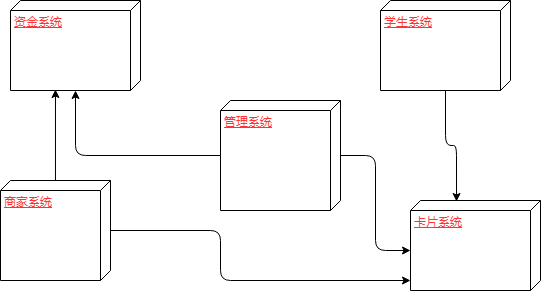
xiaozhubao/jg keeps this draw.io diagram as week01/组件图.png. Above is the earlier version. Source tidied: cells renumbered, new cells last; positions are measured from the earlier drawing's top-left corner, leaving out a move shared by most shapes.
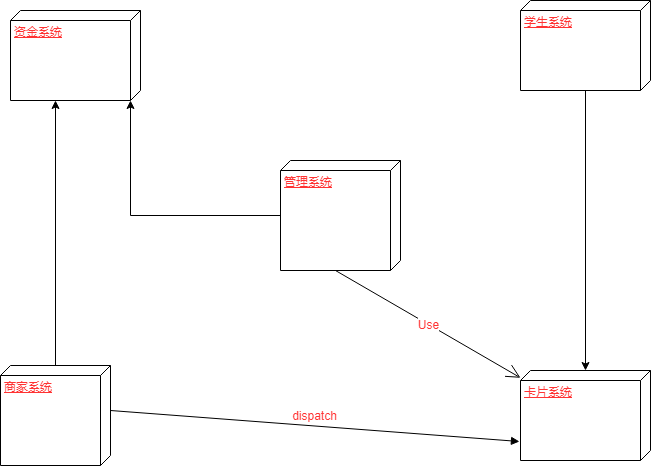
After the commit.

Commit message:
更新组件图.png

What changed in the source:
```diff
@@ -2,40 +2,37 @@
   <root>
     <mxCell id="0" />
     <mxCell id="1" parent="0" />
-    <mxCell id="2" style="edgeStyle=orthogonalEdgeStyle;rounded=1;jettySize=auto;html=1;entryX=0;entryY=0;entryDx=50;entryDy=130;entryPerimeter=0;fontColor=#FF3333;" parent="1" edge="1" source="4" target="11">
-      <mxGeometry relative="1" as="geometry" />
-    </mxCell>
-    <mxCell id="3" style="edgeStyle=orthogonalEdgeStyle;rounded=1;jettySize=auto;html=1;fontColor=#FF3333;" parent="1" edge="1" source="4" target="5">
+    <mxCell id="3" style="edgeStyle=orthogonalEdgeStyle;rounded=0;jettySize=auto;html=1;entryX=0;entryY=0;entryDx=90;entryDy=10;entryPerimeter=0;fontColor=#FF3333;" parent="1" edge="1" source="4" target="5">
       <mxGeometry relative="1" as="geometry" />
     </mxCell>
     <mxCell id="4" value="管理系统" style="verticalAlign=top;align=left;spacingTop=8;spacingLeft=2;spacingRight=12;shape=cube;size=10;direction=south;fontStyle=4;html=1;fontColor=#FF3333;" parent="1" vertex="1">
-      <mxGeometry x="220" y="100" width="120" height="110" as="geometry" />
+      <mxGeometry x="300" y="70" width="120" height="110" as="geometry" />
     </mxCell>
     <mxCell id="5" value="资金系统" style="verticalAlign=top;align=left;spacingTop=8;spacingLeft=2;spacingRight=12;shape=cube;size=10;direction=south;fontStyle=4;html=1;fontColor=#FF3333;" parent="1" vertex="1">
-      <mxGeometry x="10" width="130" height="90" as="geometry" />
+      <mxGeometry x="30" y="-80" width="130" height="90" as="geometry" />
     </mxCell>
-    <mxCell id="6" style="edgeStyle=orthogonalEdgeStyle;rounded=1;jettySize=auto;html=1;fontColor=#FF3333;" parent="1" edge="1" source="8" target="11">
-      <mxGeometry relative="1" as="geometry">
-        <Array as="points">
-          <mxPoint x="220" y="230" />
-          <mxPoint x="220" y="280" />
-        </Array>
-      </mxGeometry>
-    </mxCell>
-    <mxCell id="7" style="edgeStyle=orthogonalEdgeStyle;rounded=1;jettySize=auto;html=1;entryX=0.989;entryY=0.654;entryDx=0;entryDy=0;entryPerimeter=0;fontColor=#FF3333;" parent="1" edge="1" source="8" target="5">
-      <mxGeometry relative="1" as="geometry" />
-    </mxCell>
+    <mxCell id="12" style="edgeStyle=orthogonalEdgeStyle;rounded=0;jettySize=auto;html=1;fontColor=#FF3333;" parent="1" edge="1" source="8">
+      <mxGeometry relative="1" as="geometry">
+        <mxPoint x="75" y="10" as="targetPoint" />
+      </mxGeometry>
+    </mxCell>
     <mxCell id="8" value="商家系统" style="verticalAlign=top;align=left;spacingTop=8;spacingLeft=2;spacingRight=12;shape=cube;size=10;direction=south;fontStyle=4;html=1;fontColor=#FF3333;" parent="1" vertex="1">
-      <mxGeometry y="180" width="110" height="100" as="geometry" />
+      <mxGeometry x="20" y="275" width="110" height="100" as="geometry" />
     </mxCell>
-    <mxCell id="9" style="edgeStyle=orthogonalEdgeStyle;rounded=1;jettySize=auto;html=1;entryX=0.011;entryY=0.646;entryDx=0;entryDy=0;entryPerimeter=0;fontColor=#FF3333;" parent="1" edge="1" source="10" target="11">
+    <mxCell id="9" style="edgeStyle=orthogonalEdgeStyle;rounded=0;jettySize=auto;html=1;fontColor=#FF3333;" parent="1" edge="1" source="10" target="11">
       <mxGeometry relative="1" as="geometry" />
     </mxCell>
     <mxCell id="10" value="学生系统" style="verticalAlign=top;align=left;spacingTop=8;spacingLeft=2;spacingRight=12;shape=cube;size=10;direction=south;fontStyle=4;html=1;fontColor=#FF3333;" parent="1" vertex="1">
-      <mxGeometry x="380" width="130" height="90" as="geometry" />
+      <mxGeometry x="540" y="-90" width="130" height="90" as="geometry" />
     </mxCell>
     <mxCell id="11" value="卡片系统" style="verticalAlign=top;align=left;spacingTop=8;spacingLeft=2;spacingRight=12;shape=cube;size=10;direction=south;fontStyle=4;html=1;fontColor=#FF3333;" parent="1" vertex="1">
-      <mxGeometry x="410" y="200" width="130" height="90" as="geometry" />
+      <mxGeometry x="540" y="280" width="130" height="90" as="geometry" />
     </mxCell>
+    <mxCell id="2" value="Use" style="endArrow=open;endSize=12;html=1;fontColor=#FF3333;exitX=0;exitY=0;exitDx=110;exitDy=65;exitPerimeter=0;" parent="1" edge="1" source="4" target="11">
+      <mxGeometry relative="1" as="geometry" />
+    </mxCell>
+    <mxCell id="6" value="dispatch" style="html=1;verticalAlign=bottom;endArrow=block;fontColor=#FF3333;entryX=0.789;entryY=1.008;entryDx=0;entryDy=0;entryPerimeter=0;exitX=0;exitY=0;exitDx=45;exitDy=0;exitPerimeter=0;" parent="1" edge="1" source="8" target="11">
+      <mxGeometry relative="1" as="geometry" />
+    </mxCell>
   </root>
 </mxGraphModel>
```
